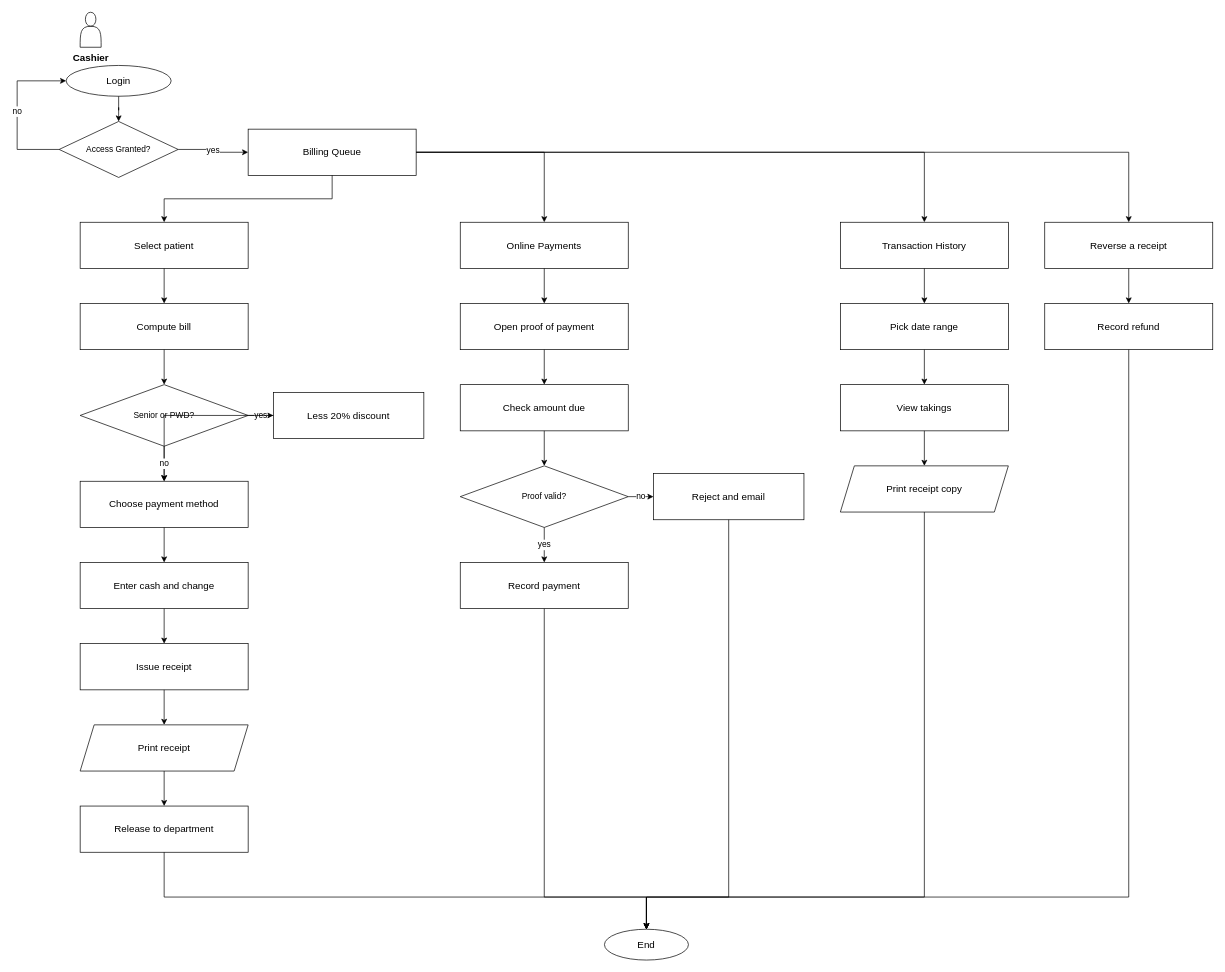
The draw.io diagram page "Cashier" (4 of 8) of docs/diagrams/flowcharts.drawio in steven23lz/Enlogada-Clinic-Management-System, before the edit. Source tidied: cells renumbered, new cells numbered last; positions are measured from the earlier drawing's top-left corner, leaving out a move shared by most shapes. Both pictures are drawn from the tidied source at 70%, with x=0, y=0 at pixel (17, 12).
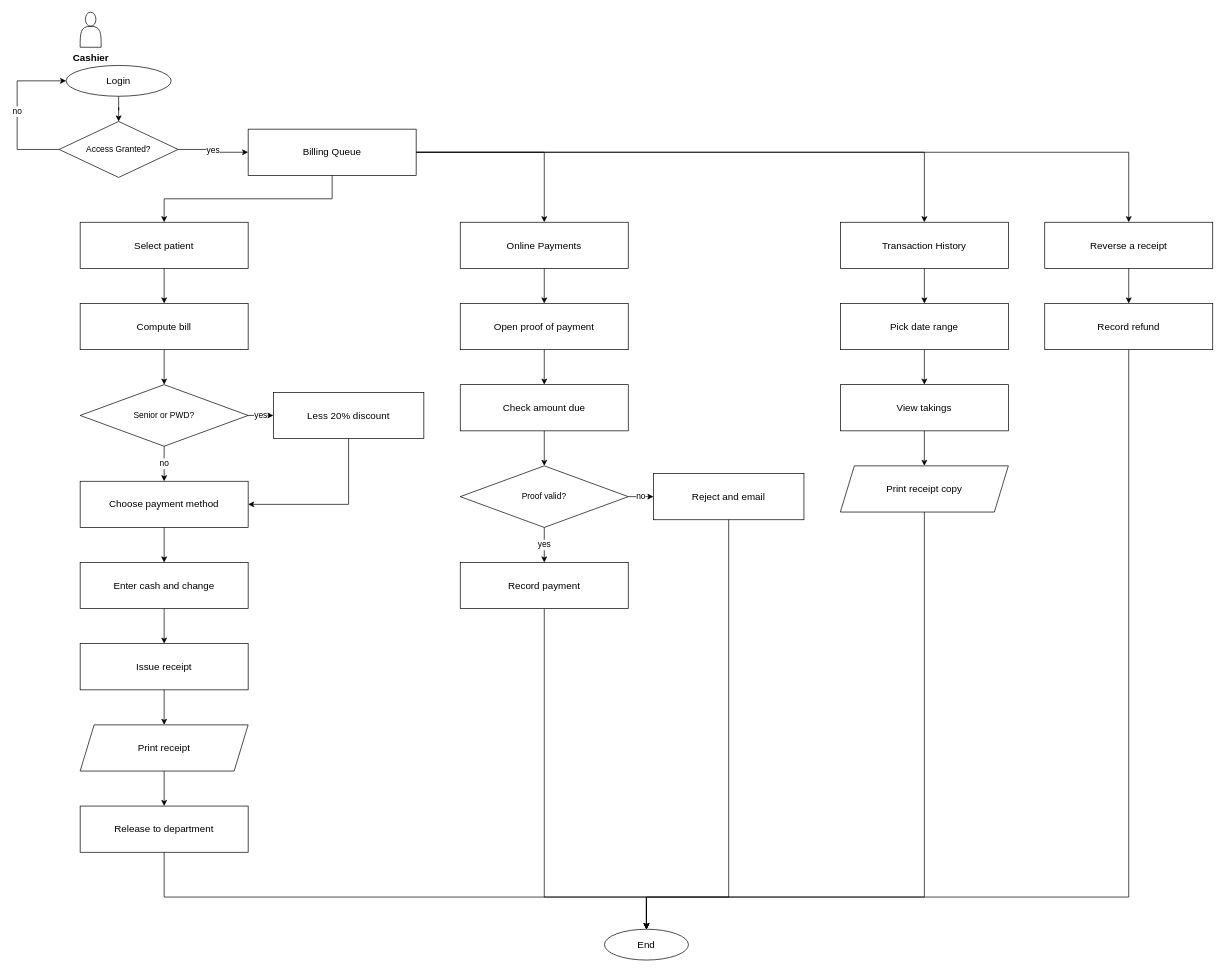
The same diagram, later.

The change refers to these unchanged cells:
```xml
<mxCell id="12" value="Choose payment method" style="rounded=0;whiteSpace=wrap;html=1;fontFamily=Helvetica;fontSize=14;fontColor=#000000;strokeColor=#000000;" parent="1" vertex="1">
  <mxGeometry x="90" y="670" width="240" height="66" as="geometry" />
</mxCell>
<mxCell id="20" value="Less 20% discount" style="rounded=0;whiteSpace=wrap;html=1;fontFamily=Helvetica;fontSize=14;fontColor=#000000;strokeColor=#000000;" parent="1" vertex="1">
  <mxGeometry x="366" y="543" width="215" height="66" as="geometry" />
</mxCell>
```

What changed in the source:
```diff
@@
-    <mxCell id="22" style="edgeStyle=orthogonalEdgeStyle;rounded=0;html=1;jettySize=auto;fontFamily=Helvetica;fontSize=12;fontColor=#000000;strokeColor=#000000;" parent="1" edge="1" source="20" target="12">
+    <mxCell id="22" style="edgeStyle=orthogonalEdgeStyle;rounded=0;html=1;jettySize=auto;fontFamily=Helvetica;fontSize=12;fontColor=#000000;strokeColor=#000000;exitX=0.5;exitY=1;exitDx=0;exitDy=0;entryX=1;entryY=0.5;entryDx=0;entryDy=0;" parent="1" edge="1" source="20" target="12">
       <mxGeometry relative="1" as="geometry" />
     </mxCell>
```
